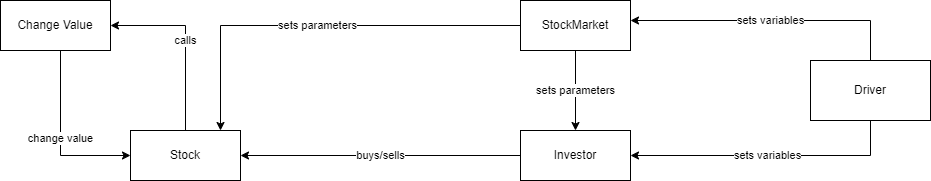
Above: final_project/documentation/system_block_diagram.png in zl8244/StockMarketSim (draw.io), before the change. Source tidied: cells renumbered, new cells last; positions are measured from the earlier drawing's top-left corner, leaving out a move shared by most shapes.
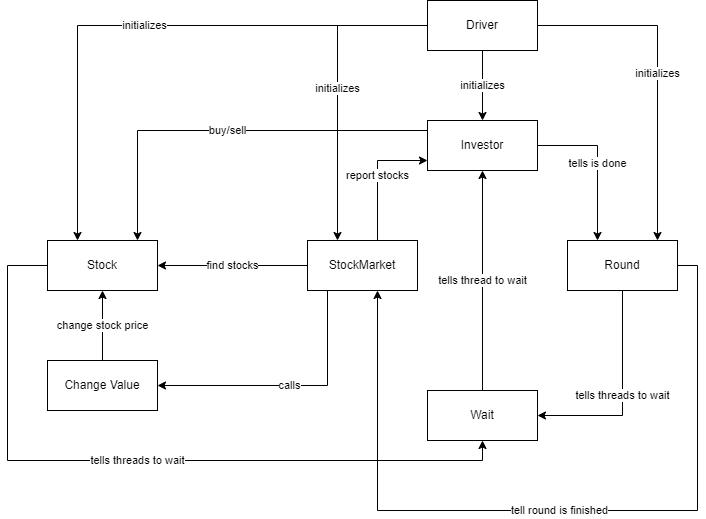
The same file after the commit.

Commit message:
Changed image and a final variable in Stock

Change to the diagram source:
```diff
@@ -2,62 +2,117 @@
   <root>
     <mxCell id="0" />
     <mxCell id="1" parent="0" />
+    <mxCell id="5" value="calls" style="edgeStyle=orthogonalEdgeStyle;rounded=0;jettySize=auto;html=1;" parent="1" edge="1" source="4" target="10">
+      <mxGeometry relative="1" as="geometry">
+        <Array as="points">
+          <mxPoint x="280" y="275" />
+        </Array>
+      </mxGeometry>
+    </mxCell>
+    <mxCell id="3" value="find stocks" style="edgeStyle=orthogonalEdgeStyle;rounded=0;jettySize=auto;html=1;" parent="1" edge="1" source="4" target="6">
+      <mxGeometry relative="1" as="geometry" />
+    </mxCell>
-    <mxCell id="2" value="sets parameters" style="edgeStyle=orthogonalEdgeStyle;rounded=0;jettySize=auto;html=1;" parent="1" edge="1" source="4" target="8">
-      <mxGeometry relative="1" as="geometry" />
+    <mxCell id="2" value="report stocks" style="edgeStyle=orthogonalEdgeStyle;rounded=0;jettySize=auto;html=1;" parent="1" edge="1" source="4" target="8">
+      <mxGeometry relative="1" as="geometry">
+        <Array as="points">
+          <mxPoint x="330" y="50" />
+        </Array>
+      </mxGeometry>
     </mxCell>
-    <mxCell id="3" value="sets parameters" style="edgeStyle=orthogonalEdgeStyle;rounded=0;jettySize=auto;html=1;" parent="1" edge="1" source="4" target="6">
-      <mxGeometry relative="1" as="geometry">
-        <Array as="points">
-          <mxPoint x="220" y="25" />
-        </Array>
-      </mxGeometry>
-    </mxCell>
     <mxCell id="4" value="StockMarket" style="html=1;whiteSpace=wrap;" parent="1" vertex="1">
-      <mxGeometry x="520" width="110" height="50" as="geometry" />
+      <mxGeometry x="260" y="130" width="110" height="50" as="geometry" />
     </mxCell>
-    <mxCell id="5" value="calls" style="edgeStyle=orthogonalEdgeStyle;rounded=0;jettySize=auto;html=1;" parent="1" edge="1" source="6" target="10">
-      <mxGeometry relative="1" as="geometry">
-        <Array as="points">
-          <mxPoint x="185" y="25" />
-        </Array>
-      </mxGeometry>
-    </mxCell>
+    <mxCell id="14" value="tells threads to wait" style="edgeStyle=orthogonalEdgeStyle;rounded=0;jettySize=auto;html=1;" parent="1" edge="1" source="6" target="22">
+      <mxGeometry relative="1" as="geometry">
+        <Array as="points">
+          <mxPoint x="-40" y="155" />
+          <mxPoint x="-40" y="350" />
+          <mxPoint x="435" y="350" />
+        </Array>
+      </mxGeometry>
+    </mxCell>
     <mxCell id="6" value="Stock" style="html=1;whiteSpace=wrap;" parent="1" vertex="1">
-      <mxGeometry x="130" y="130" width="110" height="50" as="geometry" />
+      <mxGeometry y="130" width="110" height="50" as="geometry" />
     </mxCell>
+    <mxCell id="15" value="tells is done" style="edgeStyle=orthogonalEdgeStyle;rounded=0;jettySize=auto;html=1;" parent="1" edge="1" source="8" target="18">
+      <mxGeometry relative="1" as="geometry">
+        <Array as="points">
+          <mxPoint x="550" y="35" />
+        </Array>
+      </mxGeometry>
+    </mxCell>
-    <mxCell id="7" value="buys/sells" style="edgeStyle=orthogonalEdgeStyle;rounded=0;jettySize=auto;html=1;" parent="1" edge="1" source="8" target="6">
-      <mxGeometry relative="1" as="geometry" />
+    <mxCell id="7" value="buy/sell" style="edgeStyle=orthogonalEdgeStyle;rounded=0;jettySize=auto;html=1;" parent="1" edge="1" source="8" target="6">
+      <mxGeometry relative="1" as="geometry">
+        <Array as="points">
+          <mxPoint x="90" y="20" />
+        </Array>
+      </mxGeometry>
     </mxCell>
     <mxCell id="8" value="Investor" style="html=1;whiteSpace=wrap;" parent="1" vertex="1">
-      <mxGeometry x="520" y="130" width="110" height="50" as="geometry" />
+      <mxGeometry x="380" y="10" width="110" height="50" as="geometry" />
     </mxCell>
-    <mxCell id="9" value="change value" style="edgeStyle=orthogonalEdgeStyle;rounded=0;jettySize=auto;html=1;" parent="1" edge="1" source="10" target="6">
-      <mxGeometry relative="1" as="geometry">
-        <Array as="points">
-          <mxPoint x="60" y="155" />
-          <mxPoint x="60" y="155" />
-        </Array>
-      </mxGeometry>
+    <mxCell id="9" value="change stock price" style="edgeStyle=orthogonalEdgeStyle;rounded=0;jettySize=auto;html=1;" parent="1" edge="1" source="10" target="6">
+      <mxGeometry relative="1" as="geometry" />
     </mxCell>
     <mxCell id="10" value="Change Value" style="html=1;whiteSpace=wrap;" parent="1" vertex="1">
-      <mxGeometry width="110" height="50" as="geometry" />
+      <mxGeometry y="250" width="110" height="50" as="geometry" />
     </mxCell>
+    <mxCell id="16" value="tells threads to wait" style="edgeStyle=orthogonalEdgeStyle;rounded=0;jettySize=auto;html=1;" parent="1" edge="1" source="18" target="22">
+      <mxGeometry relative="1" as="geometry">
+        <Array as="points">
+          <mxPoint x="575" y="305" />
+        </Array>
+      </mxGeometry>
+    </mxCell>
+    <mxCell id="17" value="tell round is finished" style="edgeStyle=orthogonalEdgeStyle;rounded=0;jettySize=auto;html=1;" parent="1" edge="1" source="18" target="4">
+      <mxGeometry relative="1" as="geometry">
+        <Array as="points">
+          <mxPoint x="650" y="155" />
+          <mxPoint x="650" y="400" />
+          <mxPoint x="330" y="400" />
+        </Array>
+      </mxGeometry>
+    </mxCell>
+    <mxCell id="18" value="Round" style="html=1;whiteSpace=wrap;" parent="1" vertex="1">
+      <mxGeometry x="520" y="130" width="110" height="50" as="geometry" />
+    </mxCell>
+    <mxCell id="19" value="initializes" style="edgeStyle=orthogonalEdgeStyle;rounded=0;jettySize=auto;html=1;" parent="1" edge="1" source="13" target="6">
+      <mxGeometry relative="1" as="geometry">
+        <Array as="points">
+          <mxPoint x="30" y="-85" />
+        </Array>
+      </mxGeometry>
+    </mxCell>
-    <mxCell id="11" value="sets variables" style="edgeStyle=orthogonalEdgeStyle;rounded=0;jettySize=auto;html=1;" parent="1" edge="1" source="13" target="4">
+    <mxCell id="11" value="initializes" style="edgeStyle=orthogonalEdgeStyle;rounded=0;jettySize=auto;html=1;" parent="1" edge="1" source="13" target="4">
       <mxGeometry relative="1" as="geometry">
         <Array as="points">
-          <mxPoint x="870" y="20" />
+          <mxPoint x="290" y="-85" />
         </Array>
       </mxGeometry>
     </mxCell>
-    <mxCell id="12" value="sets variables" style="edgeStyle=orthogonalEdgeStyle;rounded=0;jettySize=auto;html=1;" parent="1" edge="1" source="13" target="8">
-      <mxGeometry relative="1" as="geometry">
-        <Array as="points">
-          <mxPoint x="870" y="155" />
-        </Array>
-      </mxGeometry>
+    <mxCell id="12" value="initializes" style="edgeStyle=orthogonalEdgeStyle;rounded=0;jettySize=auto;html=1;" parent="1" edge="1" source="13" target="8">
+      <mxGeometry relative="1" as="geometry" />
     </mxCell>
+    <mxCell id="20" value="initializes" style="edgeStyle=orthogonalEdgeStyle;rounded=0;jettySize=auto;html=1;" parent="1" edge="1" source="13" target="18">
+      <mxGeometry relative="1" as="geometry">
+        <Array as="points">
+          <mxPoint x="610" y="-85" />
+        </Array>
+      </mxGeometry>
+    </mxCell>
-    <mxCell id="13" value="Driver" style="rounded=0;whiteSpace=wrap;html=1;" parent="1" vertex="1">
-      <mxGeometry x="810" y="60" width="120" height="60" as="geometry" />
+    <mxCell id="13" value="Driver" style="html=1;whiteSpace=wrap;" parent="1" vertex="1">
+      <mxGeometry x="380" y="-110" width="110" height="50" as="geometry" />
     </mxCell>
+    <mxCell id="21" value="tells thread to wait" style="edgeStyle=orthogonalEdgeStyle;rounded=0;jettySize=auto;html=1;" parent="1" edge="1" source="22" target="8">
+      <mxGeometry relative="1" as="geometry">
+        <Array as="points">
+          <mxPoint x="435" y="170" />
+          <mxPoint x="435" y="170" />
+        </Array>
+      </mxGeometry>
+    </mxCell>
+    <mxCell id="22" value="Wait" style="html=1;whiteSpace=wrap;" parent="1" vertex="1">
+      <mxGeometry x="380" y="280" width="110" height="50" as="geometry" />
+    </mxCell>
   </root>
 </mxGraphModel>
```
